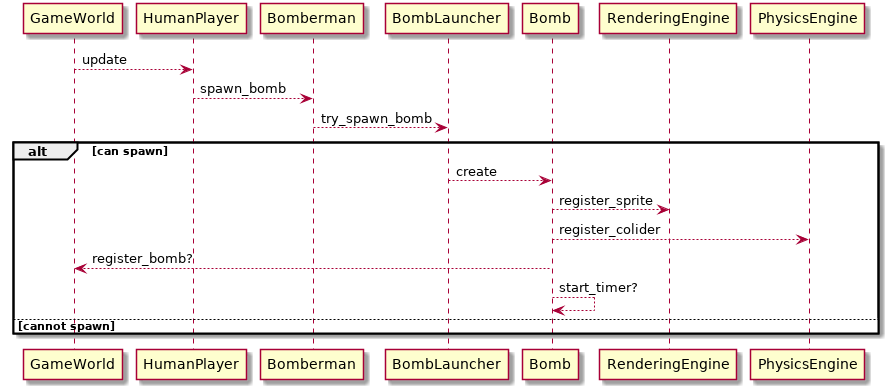
NadzwyczajnaGrupaRobocza/bomberman keeps this PlantUML diagram as docs/img/UC_2_1.png. Above is the earlier version.
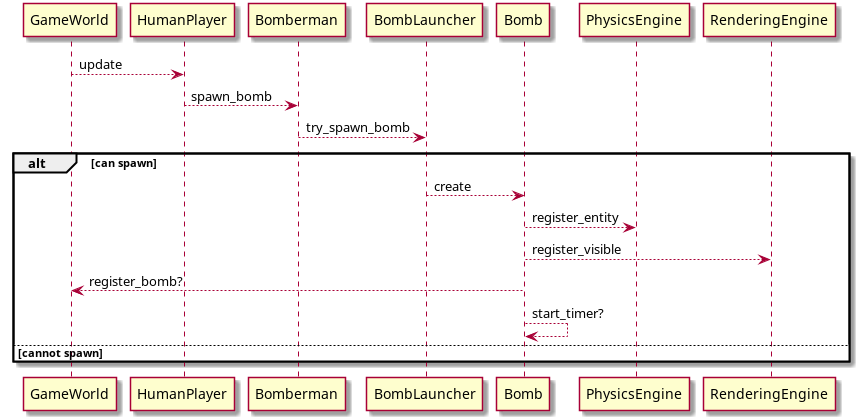
Later version of the same file.

Commit message:
Fix #10 adding comm diagram for UC_2_1

Diff of the diagram source:
```diff
@@ -5,8 +5,8 @@
 Bomberman --> BombLauncher : try_spawn_bomb
 alt can spawn
 BombLauncher --> Bomb : create
-Bomb --> RenderingEngine : register_sprite
-Bomb --> PhysicsEngine : register_colider
+Bomb --> PhysicsEngine : register_entity
+Bomb --> RenderingEngine : register_visible
 Bomb --> GameWorld : register_bomb?
 Bomb --> Bomb : start_timer?
 else cannot spawn
```
